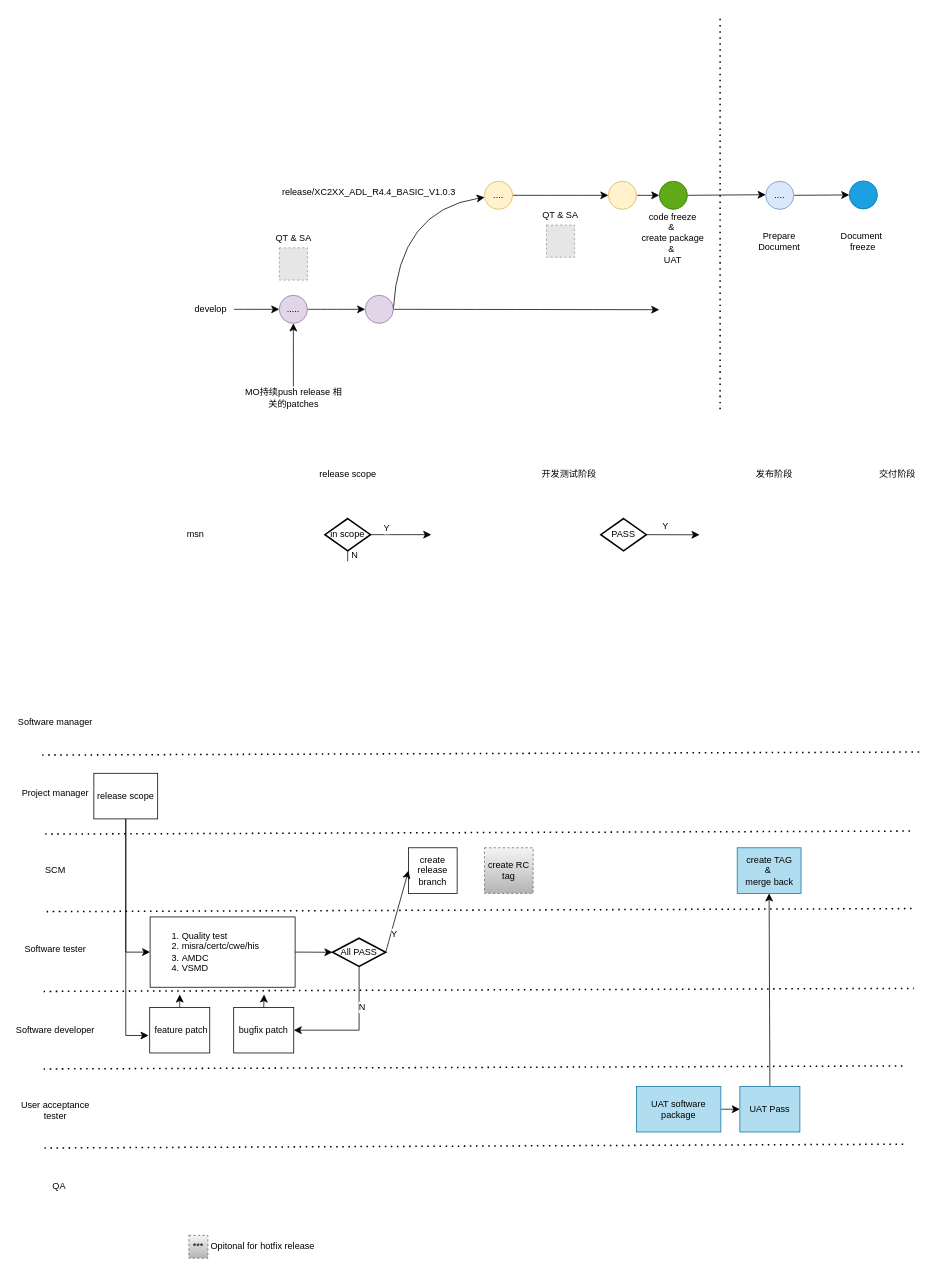
Earlier version of the draw.io diagram page "Page-4" (7 of 7) of Untitled Diagram.drawio (salfe/VSC-Plugin). Source tidied: cells renumbered, new cells numbered last; positions are measured from the earlier drawing's top-left corner, leaving out a move shared by most shapes. Both pictures are drawn from the tidied source at 76%, with x=0, y=0 at pixel (13, 14). Pictures stored in the file or linked from it are replaced by grey dashed boxes.
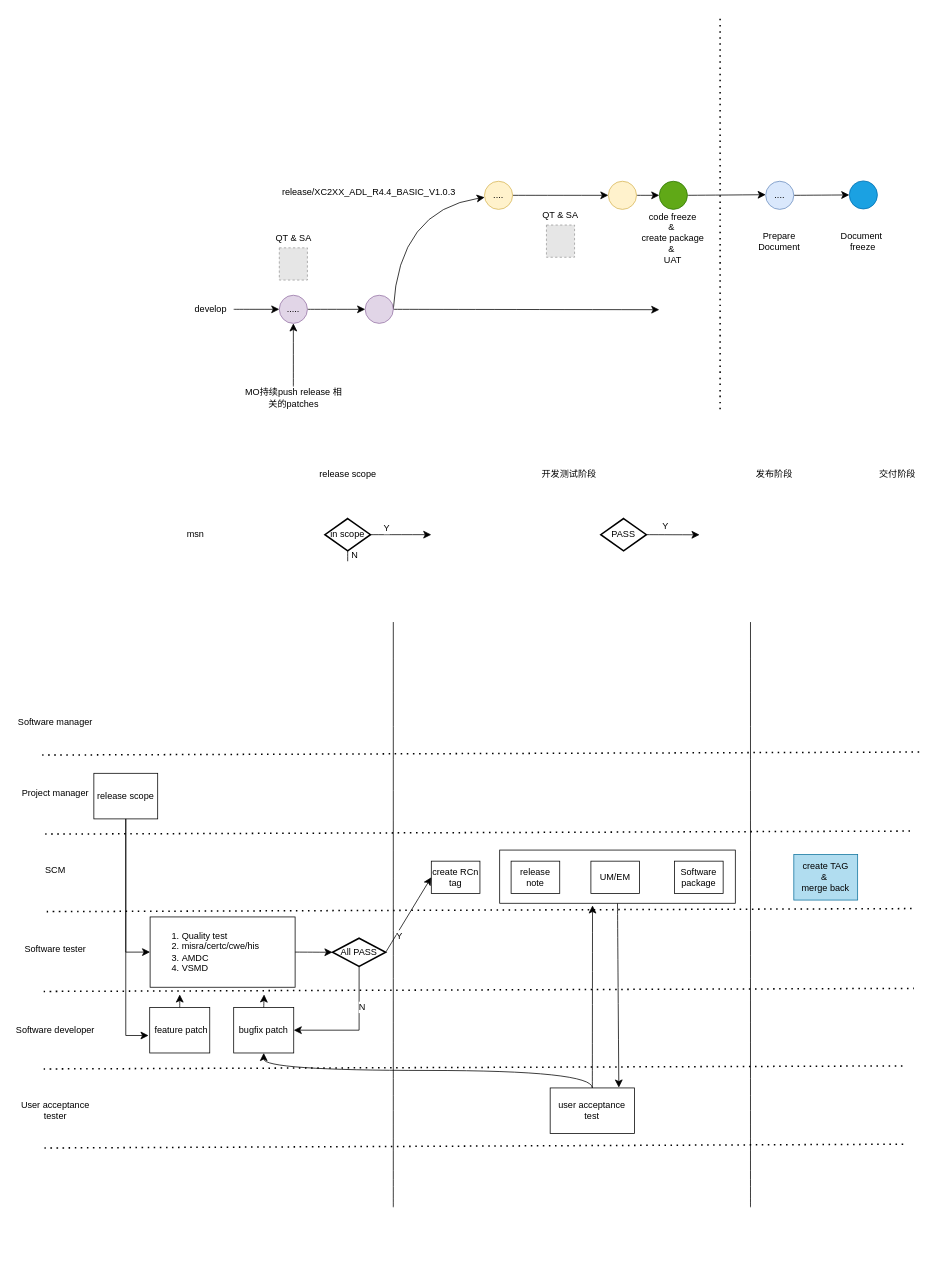
The same diagram, later.

Unchanged cells that the change refers to:
```xml
<mxCell id="49" value="bugfix patch" style="rounded=0;whiteSpace=wrap;html=1;" parent="1" vertex="1">
  <mxGeometry x="290" y="1307" width="79" height="60" as="geometry" />
</mxCell>
<mxCell id="72" value="All PASS" style="strokeWidth=2;html=1;shape=mxgraph.flowchart.decision;whiteSpace=wrap;" parent="1" vertex="1">
  <mxGeometry x="420" y="1216" width="70" height="37" as="geometry" />
</mxCell>
```

The edit, as a diff of the source:
```diff
@@
+    <mxCell id="78" style="edgeStyle=none;curved=1;rounded=0;curveGeometry=1;jettySize=auto;html=1;exitX=0.5;exitY=1;exitDx=0;exitDy=0;entryX=0.814;entryY=-0.008;entryDx=0;entryDy=0;fontSize=12;defaultLabelBackgroundColor=page;labelPadding=0 4;startSize=8;endSize=8;entryPerimeter=0;" parent="1" edge="1" source="79" target="57">
+      <mxGeometry relative="1" as="geometry" />
+    </mxCell>
+    <mxCell id="79" style="rounded=0;whiteSpace=wrap;html=1;" parent="1" vertex="1">
+      <mxGeometry x="640" y="1100" width="310" height="70" as="geometry" />
+    </mxCell>
@@
-    <mxCell id="46" value="create release branch" style="rounded=0;whiteSpace=wrap;html=1;" parent="1" vertex="1">
-      <mxGeometry x="520" y="1097" width="64" height="60" as="geometry" />
-    </mxCell>
@@
-    <mxCell id="56" style="edgeStyle=none;curved=1;rounded=0;jettySize=auto;html=1;exitX=1;exitY=0.5;exitDx=0;exitDy=0;entryX=0;entryY=0.5;entryDx=0;entryDy=0;fontSize=12;startSize=8;endSize=8;" parent="1" edge="1" source="57" target="61">
-      <mxGeometry relative="1" as="geometry" />
-    </mxCell>
+    <mxCell id="80" style="edgeStyle=orthogonalEdgeStyle;curved=1;rounded=0;curveGeometry=1;jettySize=auto;html=1;exitX=0.5;exitY=0;exitDx=0;exitDy=0;fontSize=12;defaultLabelBackgroundColor=page;labelPadding=0 4;startSize=8;endSize=8;" parent="1" edge="1" source="57" target="49">
+      <mxGeometry relative="1" as="geometry" />
+    </mxCell>
-    <mxCell id="57" value="UAT software package" style="rounded=0;whiteSpace=wrap;html=1;fillColor=#b1ddf0;strokeColor=#10739e;" parent="1" vertex="1">
-      <mxGeometry x="820" y="1411" width="111" height="60" as="geometry" />
+    <mxCell id="57" value="user acceptance test" style="rounded=0;whiteSpace=wrap;html=1;" parent="1" vertex="1">
+      <mxGeometry x="706.4" y="1413" width="111" height="60" as="geometry" />
     </mxCell>
@@
-    <mxCell id="60" style="edgeStyle=none;curved=1;rounded=0;jettySize=auto;html=1;exitX=0.5;exitY=0;exitDx=0;exitDy=0;entryX=0.5;entryY=1;entryDx=0;entryDy=0;fontSize=12;startSize=8;endSize=8;" parent="1" edge="1" source="61" target="62">
-      <mxGeometry relative="1" as="geometry" />
-    </mxCell>
-    <mxCell id="61" value="UAT Pass" style="rounded=0;whiteSpace=wrap;html=1;fillColor=#b1ddf0;strokeColor=#10739e;" parent="1" vertex="1">
-      <mxGeometry x="956" y="1411" width="79" height="60" as="geometry" />
-    </mxCell>
     <mxCell id="62" value="&lt;div&gt;create TAG&lt;/div&gt;&amp;amp;&amp;nbsp;&lt;br&gt;merge back" style="rounded=0;whiteSpace=wrap;html=1;fillColor=#b1ddf0;strokeColor=#10739e;" parent="1" vertex="1">
-      <mxGeometry x="952.5" y="1097" width="84" height="60" as="geometry" />
+      <mxGeometry x="1027" y="1105.8" width="84" height="60" as="geometry" />
     </mxCell>
-    <mxCell id="63" value="QA" style="text;html=1;whiteSpace=wrap;strokeColor=none;fillColor=none;align=center;verticalAlign=middle;rounded=0;" parent="1" vertex="1">
-      <mxGeometry x="5" y="1527" width="111" height="30" as="geometry" />
-    </mxCell>
-    <mxCell id="64" value="create RC tag" style="rounded=0;whiteSpace=wrap;html=1;fillColor=#f5f5f5;strokeColor=#666666;gradientColor=#b3b3b3;dashed=1;" parent="1" vertex="1">
-      <mxGeometry x="620" y="1097" width="64" height="60" as="geometry" />
+    <mxCell id="64" value="create RCn tag" style="rounded=0;whiteSpace=wrap;html=1;" parent="1" vertex="1">
+      <mxGeometry x="550" y="1114.6" width="64" height="42.4" as="geometry" />
     </mxCell>
-    <mxCell id="65" value="***" style="rounded=0;whiteSpace=wrap;html=1;fillColor=#f5f5f5;strokeColor=#666666;gradientColor=#b3b3b3;dashed=1;" parent="1" vertex="1">
-      <mxGeometry x="231" y="1607" width="25" height="30" as="geometry" />
-    </mxCell>
-    <mxCell id="66" value="Opitonal for hotfix release&amp;nbsp;" style="text;html=1;whiteSpace=wrap;strokeColor=none;fillColor=none;align=center;verticalAlign=middle;rounded=0;" parent="1" vertex="1">
-      <mxGeometry x="256" y="1607" width="148" height="30" as="geometry" />
-    </mxCell>
@@
-    <mxCell id="68" style="edgeStyle=none;curved=1;rounded=0;curveGeometry=1;jettySize=auto;html=1;exitX=1;exitY=0.5;exitDx=0;exitDy=0;exitPerimeter=0;entryX=0;entryY=0.5;entryDx=0;entryDy=0;fontSize=12;defaultLabelBackgroundColor=page;labelPadding=0 4;startSize=8;endSize=8;" parent="1" edge="1" source="72" target="46">
+    <mxCell id="68" style="edgeStyle=none;curved=1;rounded=0;curveGeometry=1;jettySize=auto;html=1;exitX=1;exitY=0.5;exitDx=0;exitDy=0;exitPerimeter=0;entryX=0;entryY=0.5;entryDx=0;entryDy=0;fontSize=12;defaultLabelBackgroundColor=page;labelPadding=0 4;startSize=8;endSize=8;" parent="1" edge="1" source="72" target="64">
       <mxGeometry relative="1" as="geometry" />
     </mxCell>
@@
+    <mxCell id="81" value="release note" style="rounded=0;whiteSpace=wrap;html=1;" parent="1" vertex="1">
+      <mxGeometry x="655" y="1114.6" width="64" height="42.4" as="geometry" />
+    </mxCell>
+    <mxCell id="82" value="UM/EM" style="rounded=0;whiteSpace=wrap;html=1;" parent="1" vertex="1">
+      <mxGeometry x="760" y="1114.6" width="64" height="42.4" as="geometry" />
+    </mxCell>
+    <mxCell id="83" value="Software package" style="rounded=0;whiteSpace=wrap;html=1;" parent="1" vertex="1">
+      <mxGeometry x="870" y="1114.6" width="64" height="42.4" as="geometry" />
+    </mxCell>
+    <mxCell id="84" style="edgeStyle=none;curved=1;rounded=0;curveGeometry=1;jettySize=auto;html=1;exitX=0.5;exitY=0;exitDx=0;exitDy=0;entryX=0.394;entryY=1.041;entryDx=0;entryDy=0;entryPerimeter=0;fontSize=12;defaultLabelBackgroundColor=page;labelPadding=0 4;startSize=8;endSize=8;" parent="1" edge="1" source="57" target="79">
+      <mxGeometry relative="1" as="geometry" />
+    </mxCell>
+    <mxCell id="85" style="endArrow=none;html=1;rounded=0;fontSize=12;defaultLabelBackgroundColor=page;labelPadding=0 4;startSize=8;endSize=8;curved=1;" parent="1" edge="1">
+      <mxGeometry relative="1" as="geometry">
+        <mxPoint x="500" y="1570" as="sourcePoint" />
+        <mxPoint x="500" y="800" as="targetPoint" />
+      </mxGeometry>
+    </mxCell>
+    <mxCell id="86" style="endArrow=none;html=1;rounded=0;fontSize=12;defaultLabelBackgroundColor=page;labelPadding=0 4;startSize=8;endSize=8;curved=1;" parent="1" edge="1">
+      <mxGeometry relative="1" as="geometry">
+        <mxPoint x="970" y="1570" as="sourcePoint" />
+        <mxPoint x="970" y="800" as="targetPoint" />
+      </mxGeometry>
+    </mxCell>
```
